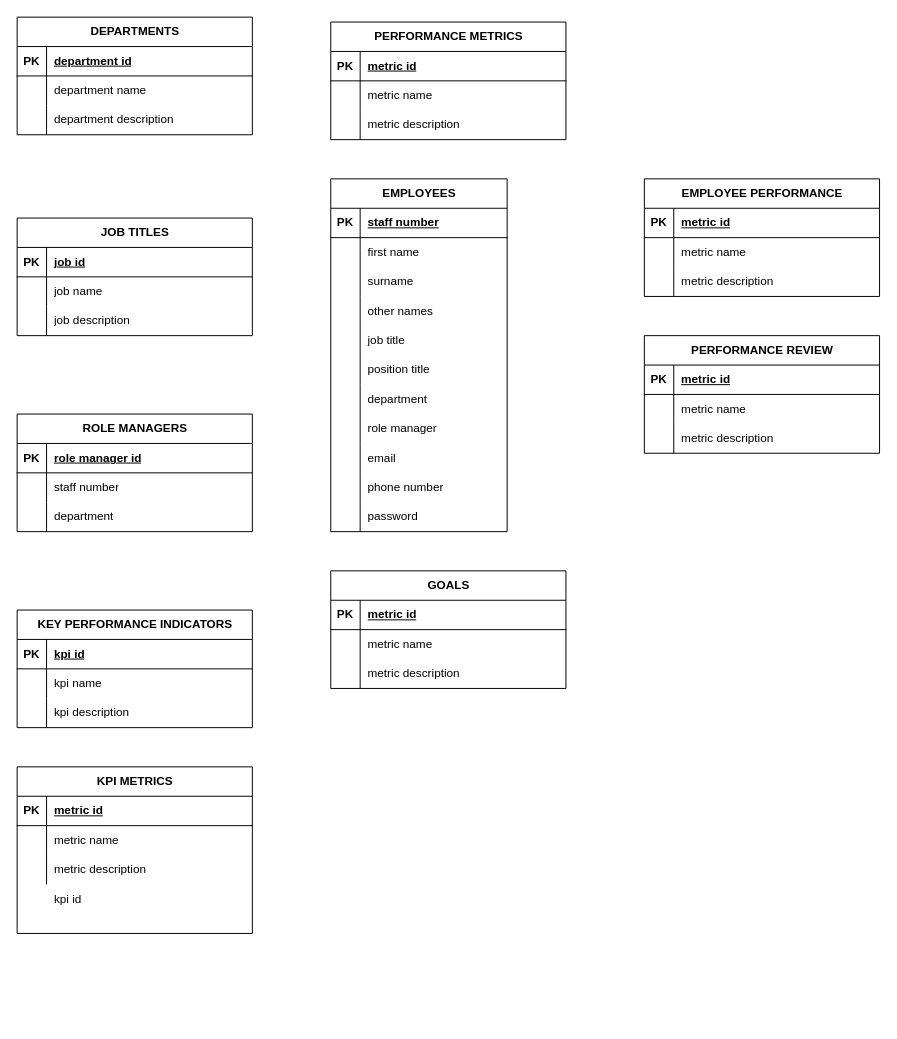
Earlier version of the draw.io diagram PMS.drawio (JohnMugambi/Files). Source tidied: cells renumbered, new cells numbered last; positions are measured from the earlier drawing's top-left corner, leaving out a move shared by most shapes. Both pictures are drawn from the tidied source at 98%, with x=0, y=0 at pixel (17, 17).
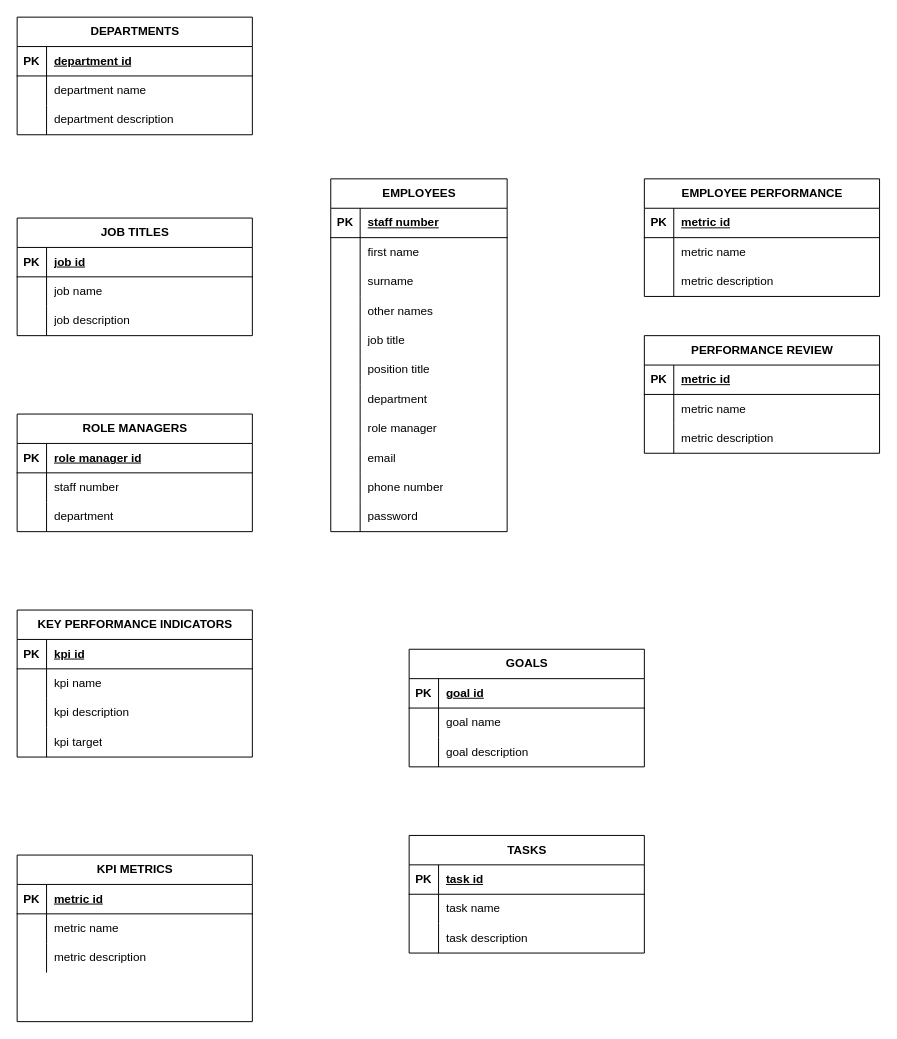
The same page after the edit.

The change refers to these unchanged cells:
```xml
<mxCell id="67" style="shape=tableRow;horizontal=0;startSize=0;swimlaneHead=0;swimlaneBody=0;fillColor=none;top=0;left=0;right=0;bottom=1;" parent="66" vertex="1">
  <mxGeometry y="30" width="240" height="30" as="geometry" />
</mxCell>
<mxCell id="70" style="shape=tableRow;horizontal=0;startSize=0;swimlaneHead=0;swimlaneBody=0;fillColor=none;top=0;left=0;right=0;bottom=0;" parent="66" vertex="1">
  <mxGeometry y="60" width="240" height="30" as="geometry" />
</mxCell>
<mxCell id="73" style="shape=tableRow;horizontal=0;startSize=0;swimlaneHead=0;swimlaneBody=0;fillColor=none;top=0;left=0;right=0;bottom=0;" parent="66" vertex="1">
  <mxGeometry y="90" width="240" height="30" as="geometry" />
</mxCell>
```

Change to the diagram source:
```diff
@@
-    <mxCell id="36" value="PERFORMANCE METRICS" style="shape=table;startSize=30;childLayout=tableLayout;rowLines=0;fontStyle=1;align=center;html=1;" parent="1" vertex="1">
-      <mxGeometry x="320" y="5" width="240" height="120" as="geometry" />
-    </mxCell>
-    <mxCell id="37" style="shape=tableRow;horizontal=0;startSize=0;swimlaneHead=0;swimlaneBody=0;fillColor=none;top=0;left=0;right=0;bottom=1;" parent="36" vertex="1">
-      <mxGeometry y="30" width="240" height="30" as="geometry" />
-    </mxCell>
-    <mxCell id="38" value="PK" style="shape=partialRectangle;fillColor=none;top=0;left=0;bottom=0;right=0;fontStyle=1;overflow=hidden;whiteSpace=wrap;html=1;" parent="37" vertex="1">
-      <mxGeometry width="30" height="30" as="geometry" />
-    </mxCell>
-    <mxCell id="39" value="metric id" style="shape=partialRectangle;fillColor=none;top=0;left=0;bottom=0;right=0;align=left;spacingLeft=6;fontStyle=5;overflow=hidden;whiteSpace=wrap;html=1;" parent="37" vertex="1">
-      <mxGeometry x="30" width="210" height="30" as="geometry" />
-    </mxCell>
-    <mxCell id="40" style="shape=tableRow;horizontal=0;startSize=0;swimlaneHead=0;swimlaneBody=0;fillColor=none;top=0;left=0;right=0;bottom=0;" parent="36" vertex="1">
-      <mxGeometry y="60" width="240" height="30" as="geometry" />
-    </mxCell>
-    <mxCell id="41" style="shape=partialRectangle;fillColor=none;top=0;left=0;bottom=0;right=0;overflow=hidden;whiteSpace=wrap;html=1;" parent="40" vertex="1">
-      <mxGeometry width="30" height="30" as="geometry" />
-    </mxCell>
-    <mxCell id="42" value="metric name" style="shape=partialRectangle;fillColor=none;top=0;left=0;bottom=0;right=0;align=left;spacingLeft=6;overflow=hidden;whiteSpace=wrap;html=1;" parent="40" vertex="1">
-      <mxGeometry x="30" width="210" height="30" as="geometry" />
-    </mxCell>
-    <mxCell id="43" style="shape=tableRow;horizontal=0;startSize=0;swimlaneHead=0;swimlaneBody=0;fillColor=none;top=0;left=0;right=0;bottom=0;" parent="36" vertex="1">
-      <mxGeometry y="90" width="240" height="30" as="geometry" />
-    </mxCell>
-    <mxCell id="44" style="shape=partialRectangle;fillColor=none;top=0;left=0;bottom=0;right=0;overflow=hidden;whiteSpace=wrap;html=1;" parent="43" vertex="1">
-      <mxGeometry width="30" height="30" as="geometry" />
-    </mxCell>
-    <mxCell id="45" value="metric description" style="shape=partialRectangle;fillColor=none;top=0;left=0;bottom=0;right=0;align=left;spacingLeft=6;overflow=hidden;whiteSpace=wrap;html=1;" parent="43" vertex="1">
-      <mxGeometry x="30" width="210" height="30" as="geometry" />
-    </mxCell>
@@
     <mxCell id="66" value="GOALS" style="shape=table;startSize=30;childLayout=tableLayout;rowLines=0;fontStyle=1;align=center;html=1;" parent="1" vertex="1">
-      <mxGeometry x="320" y="565" width="240" height="120" as="geometry" />
+      <mxGeometry x="400" y="645" width="240" height="120" as="geometry" />
     </mxCell>
@@
-    <mxCell id="69" value="metric id" style="shape=partialRectangle;fillColor=none;top=0;left=0;bottom=0;right=0;align=left;spacingLeft=6;fontStyle=5;overflow=hidden;whiteSpace=wrap;html=1;" parent="67" vertex="1">
+    <mxCell id="69" value="goal id" style="shape=partialRectangle;fillColor=none;top=0;left=0;bottom=0;right=0;align=left;spacingLeft=6;fontStyle=5;overflow=hidden;whiteSpace=wrap;html=1;" parent="67" vertex="1">
       <mxGeometry x="30" width="210" height="30" as="geometry" />
     </mxCell>
@@
-    <mxCell id="72" value="metric name" style="shape=partialRectangle;fillColor=none;top=0;left=0;bottom=0;right=0;align=left;spacingLeft=6;overflow=hidden;whiteSpace=wrap;html=1;" parent="70" vertex="1">
+    <mxCell id="72" value="goal name" style="shape=partialRectangle;fillColor=none;top=0;left=0;bottom=0;right=0;align=left;spacingLeft=6;overflow=hidden;whiteSpace=wrap;html=1;" parent="70" vertex="1">
       <mxGeometry x="30" width="210" height="30" as="geometry" />
     </mxCell>
@@
-    <mxCell id="75" value="metric description" style="shape=partialRectangle;fillColor=none;top=0;left=0;bottom=0;right=0;align=left;spacingLeft=6;overflow=hidden;whiteSpace=wrap;html=1;" parent="73" vertex="1">
+    <mxCell id="75" value="goal description" style="shape=partialRectangle;fillColor=none;top=0;left=0;bottom=0;right=0;align=left;spacingLeft=6;overflow=hidden;whiteSpace=wrap;html=1;" parent="73" vertex="1">
       <mxGeometry x="30" width="210" height="30" as="geometry" />
     </mxCell>
@@
     <mxCell id="106" value="KEY PERFORMANCE INDICATORS" style="shape=table;startSize=30;childLayout=tableLayout;rowLines=0;fontStyle=1;align=center;html=1;" parent="1" vertex="1">
-      <mxGeometry y="605" width="240" height="120" as="geometry" />
+      <mxGeometry y="605" width="240" height="150" as="geometry" />
     </mxCell>
@@
+    <mxCell id="127" style="shape=tableRow;horizontal=0;startSize=0;swimlaneHead=0;swimlaneBody=0;fillColor=none;top=0;left=0;right=0;bottom=0;" parent="106" vertex="1">
+      <mxGeometry y="120" width="240" height="30" as="geometry" />
+    </mxCell>
+    <mxCell id="128" style="shape=partialRectangle;fillColor=none;top=0;left=0;bottom=0;right=0;overflow=hidden;whiteSpace=wrap;html=1;" parent="127" vertex="1">
+      <mxGeometry width="30" height="30" as="geometry" />
+    </mxCell>
+    <mxCell id="129" value="kpi target" style="shape=partialRectangle;fillColor=none;top=0;left=0;bottom=0;right=0;align=left;spacingLeft=6;overflow=hidden;whiteSpace=wrap;html=1;" parent="127" vertex="1">
+      <mxGeometry x="30" width="210" height="30" as="geometry" />
+    </mxCell>
     <mxCell id="116" value="KPI METRICS" style="shape=table;startSize=30;childLayout=tableLayout;rowLines=0;fontStyle=1;align=center;html=1;" parent="1" vertex="1">
-      <mxGeometry y="765" width="240" height="170" as="geometry" />
+      <mxGeometry y="855" width="240" height="170" as="geometry" />
     </mxCell>
@@
-    <mxCell id="126" value="kpi id" style="shape=partialRectangle;fillColor=none;top=0;left=0;bottom=0;right=0;align=left;spacingLeft=6;overflow=hidden;whiteSpace=wrap;html=1;" parent="1" vertex="1">
-      <mxGeometry x="30" y="885" width="210" height="30" as="geometry" />
-    </mxCell>
+    <mxCell id="130" value="TASKS" style="shape=table;startSize=30;childLayout=tableLayout;rowLines=0;fontStyle=1;align=center;html=1;" parent="1" vertex="1">
+      <mxGeometry x="400" y="835" width="240" height="120" as="geometry" />
+    </mxCell>
+    <mxCell id="37" style="shape=tableRow;horizontal=0;startSize=0;swimlaneHead=0;swimlaneBody=0;fillColor=none;top=0;left=0;right=0;bottom=1;" parent="130" vertex="1">
+      <mxGeometry y="30" width="240" height="30" as="geometry" />
+    </mxCell>
+    <mxCell id="38" value="PK" style="shape=partialRectangle;fillColor=none;top=0;left=0;bottom=0;right=0;fontStyle=1;overflow=hidden;whiteSpace=wrap;html=1;" parent="37" vertex="1">
+      <mxGeometry width="30" height="30" as="geometry" />
+    </mxCell>
+    <mxCell id="131" value="task id" style="shape=partialRectangle;fillColor=none;top=0;left=0;bottom=0;right=0;align=left;spacingLeft=6;fontStyle=5;overflow=hidden;whiteSpace=wrap;html=1;" parent="37" vertex="1">
+      <mxGeometry x="30" width="210" height="30" as="geometry" />
+    </mxCell>
+    <mxCell id="40" style="shape=tableRow;horizontal=0;startSize=0;swimlaneHead=0;swimlaneBody=0;fillColor=none;top=0;left=0;right=0;bottom=0;" parent="130" vertex="1">
+      <mxGeometry y="60" width="240" height="30" as="geometry" />
+    </mxCell>
+    <mxCell id="132" style="shape=partialRectangle;fillColor=none;top=0;left=0;bottom=0;right=0;overflow=hidden;whiteSpace=wrap;html=1;" parent="40" vertex="1">
+      <mxGeometry width="30" height="30" as="geometry" />
+    </mxCell>
+    <mxCell id="133" value="task name" style="shape=partialRectangle;fillColor=none;top=0;left=0;bottom=0;right=0;align=left;spacingLeft=6;overflow=hidden;whiteSpace=wrap;html=1;" parent="40" vertex="1">
+      <mxGeometry x="30" width="210" height="30" as="geometry" />
+    </mxCell>
+    <mxCell id="43" style="shape=tableRow;horizontal=0;startSize=0;swimlaneHead=0;swimlaneBody=0;fillColor=none;top=0;left=0;right=0;bottom=0;" parent="130" vertex="1">
+      <mxGeometry y="90" width="240" height="30" as="geometry" />
+    </mxCell>
+    <mxCell id="134" style="shape=partialRectangle;fillColor=none;top=0;left=0;bottom=0;right=0;overflow=hidden;whiteSpace=wrap;html=1;" parent="43" vertex="1">
+      <mxGeometry width="30" height="30" as="geometry" />
+    </mxCell>
+    <mxCell id="135" value="task description" style="shape=partialRectangle;fillColor=none;top=0;left=0;bottom=0;right=0;align=left;spacingLeft=6;overflow=hidden;whiteSpace=wrap;html=1;" parent="43" vertex="1">
+      <mxGeometry x="30" width="210" height="30" as="geometry" />
+    </mxCell>
```
